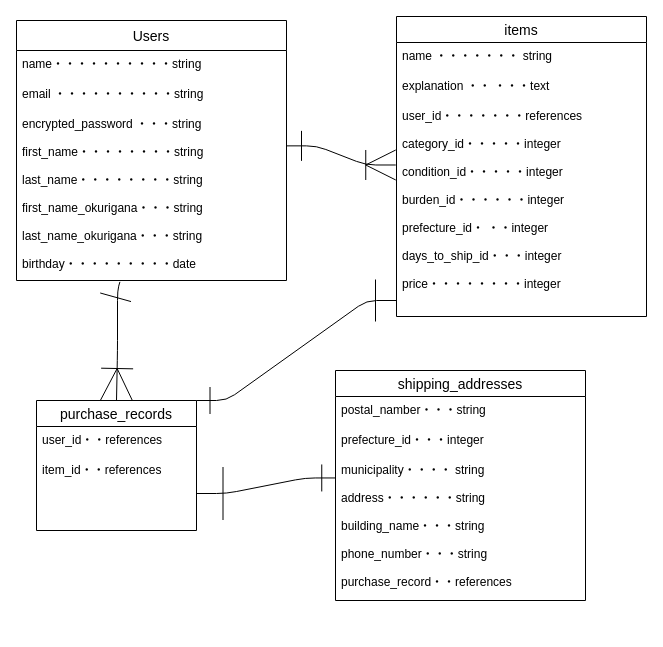
This is app/furima.dio from masahiko1214/furima-34506, a draw.io file, before an edit. Source tidied: cells renumbered, new cells numbered last; positions are measured from the earlier drawing's top-left corner, leaving out a move shared by most shapes. Both pictures are drawn from the tidied source at 100%, with x=0, y=0 at pixel (16, 16).
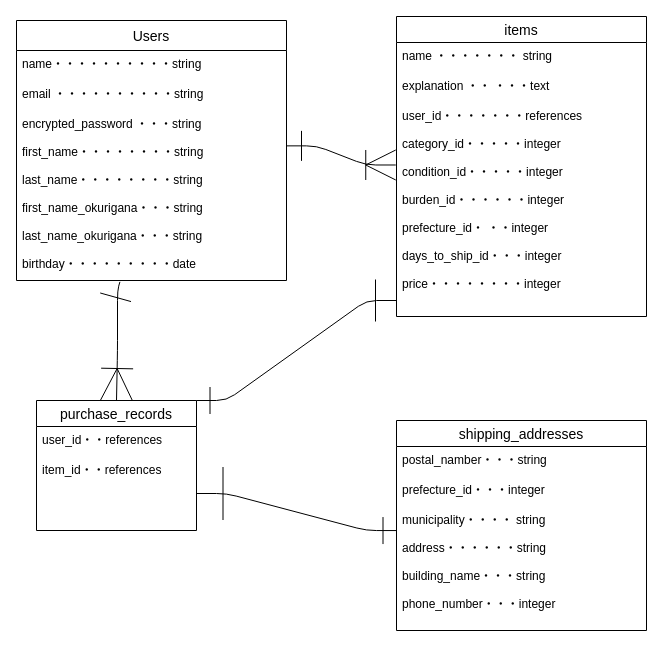
After the change.

The change refers to these unchanged cells:
```xml
<mxCell id="12" value="item_id・・references" style="text;strokeColor=none;fillColor=none;spacingLeft=4;spacingRight=4;overflow=hidden;points=[[0,0.5],[1,0.5]];portConstraint=eastwest;fontSize=12;" parent="10" vertex="1">
  <mxGeometry y="56" width="160" height="74" as="geometry" />
</mxCell>
```

What changed in the source:
```diff
@@
     <mxCell id="13" value="shipping_addresses" style="swimlane;fontStyle=0;horizontal=1;startSize=26;align=center;fontSize=14;" parent="1" vertex="1">
-      <mxGeometry x="319" y="354" width="250" height="230" as="geometry" />
+      <mxGeometry x="380" y="404" width="250" height="210" as="geometry" />
     </mxCell>
@@
-    <mxCell id="16" value="municipality・・・・ string&#10;&#10;address・・・・・・string&#10;&#10;building_name・・・string&#10;&#10;phone_number・・・string&#10;&#10;purchase_record・・references" style="text;strokeColor=none;fillColor=none;spacingLeft=4;spacingRight=4;overflow=hidden;points=[[0,0.5],[1,0.5]];portConstraint=eastwest;fontSize=12;" parent="13" vertex="1">
-      <mxGeometry y="86" width="250" height="144" as="geometry" />
+    <mxCell id="16" value="municipality・・・・ string&#10;&#10;address・・・・・・string&#10;&#10;building_name・・・string&#10;&#10;phone_number・・・integer" style="text;strokeColor=none;fillColor=none;spacingLeft=4;spacingRight=4;overflow=hidden;points=[[0,0.5],[1,0.5]];portConstraint=eastwest;fontSize=12;" parent="13" vertex="1">
+      <mxGeometry y="86" width="250" height="124" as="geometry" />
     </mxCell>
@@
-    <mxCell id="20" style="edgeStyle=entityRelationEdgeStyle;fontSize=12;html=1;endArrow=ERone;endFill=1;entryX=-0.001;entryY=0.149;entryDx=0;entryDy=0;entryPerimeter=0;endSize=25;startArrow=ERone;startFill=0;startSize=51;" parent="1" edge="1" source="12" target="16">
+    <mxCell id="20" style="edgeStyle=entityRelationEdgeStyle;fontSize=12;html=1;endArrow=ERone;endFill=1;entryX=0;entryY=0.194;entryDx=0;entryDy=0;entryPerimeter=0;endSize=25;startArrow=ERone;startFill=0;startSize=51;" parent="1" edge="1" source="12" target="16">
       <mxGeometry relative="1" as="geometry" />
     </mxCell>
```
